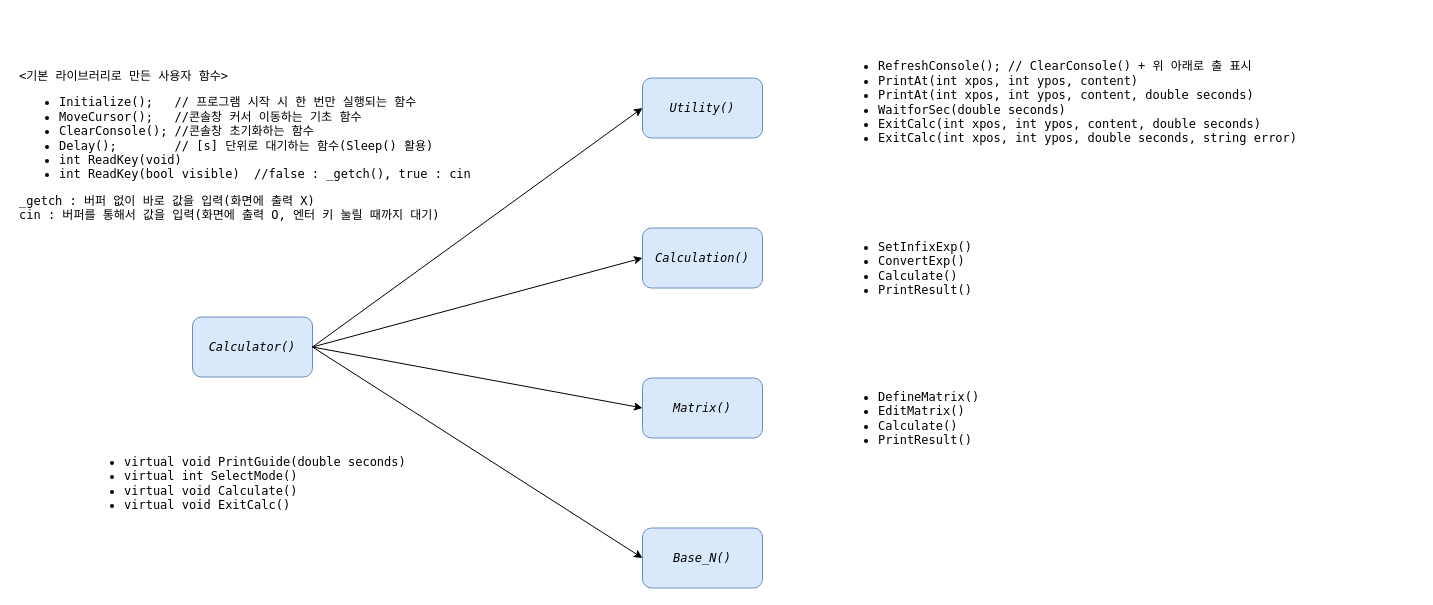
Before: Class hierarchy.drawio in vimpelican/project-introduction-to-programming-2, a draw.io diagram. Source tidied: cells renumbered, new cells numbered last; positions are measured from the earlier drawing's top-left corner, leaving out a move shared by most shapes. Both pictures are drawn from the tidied source at 100%, with x=0, y=0 at pixel (17, 47).
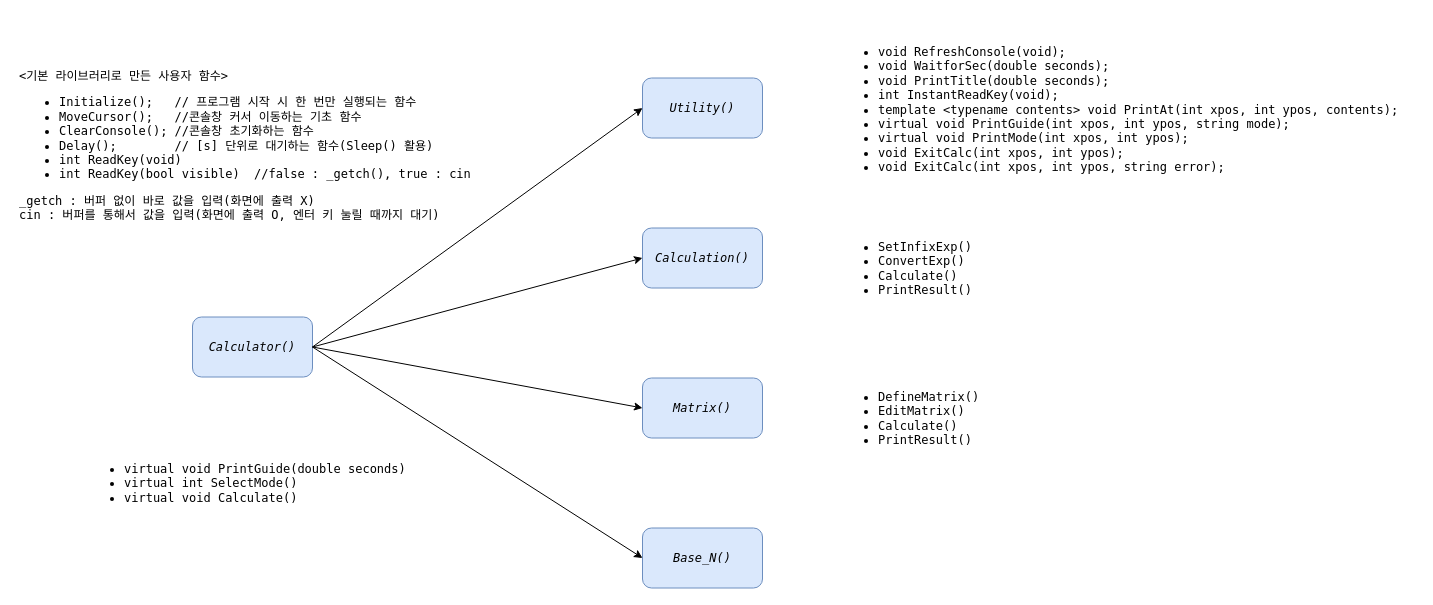
The same diagram, later.

Commit message (it also covers changes not shown here):
Refactoring class

The edit, as a diff of the source:
```diff
@@
 <mxGraphModel>
   <root>
     <mxCell id="0" />
     <mxCell id="1" parent="0" />
     <mxCell id="2" value="Calculator()" style="rounded=1;whiteSpace=wrap;html=1;fillColor=#dae8fc;strokeColor=#6c8ebf;fontFamily=Lucida Console;fontStyle=2;" parent="1" vertex="1">
       <mxGeometry x="175" y="269.5" width="120" height="60" as="geometry" />
     </mxCell>
     <mxCell id="3" value="Utility()" style="rounded=1;whiteSpace=wrap;html=1;fillColor=#dae8fc;strokeColor=#6c8ebf;fontFamily=Lucida Console;fontStyle=2;" parent="1" vertex="1">
       <mxGeometry x="625" y="30.5" width="120" height="60" as="geometry" />
     </mxCell>
     <mxCell id="4" value="Matrix()" style="rounded=1;whiteSpace=wrap;html=1;fillColor=#dae8fc;strokeColor=#6c8ebf;fontFamily=Lucida Console;fontStyle=2;" parent="1" vertex="1">
       <mxGeometry x="625" y="330.5" width="120" height="60" as="geometry" />
     </mxCell>
     <mxCell id="5" value="Calculation()" style="rounded=1;whiteSpace=wrap;html=1;fillColor=#dae8fc;strokeColor=#6c8ebf;fontFamily=Lucida Console;fontStyle=2;" parent="1" vertex="1">
       <mxGeometry x="625" y="180.5" width="120" height="60" as="geometry" />
     </mxCell>
     <mxCell id="6" value="Base_N()" style="rounded=1;whiteSpace=wrap;html=1;fillColor=#dae8fc;strokeColor=#6c8ebf;fontFamily=Lucida Console;fontStyle=2;" parent="1" vertex="1">
       <mxGeometry x="625" y="480.5" width="120" height="60" as="geometry" />
     </mxCell>
     <mxCell id="7" value="&lt;div&gt;&lt;/div&gt;&lt;div&gt;&lt;br&gt;&lt;/div&gt;&lt;span&gt;&amp;lt;기본 라이브러리로 만든 사용자 함수&amp;gt;&lt;/span&gt;&lt;br&gt;&lt;ul&gt;&lt;li&gt;&lt;span&gt;Initialize();&amp;nbsp; &amp;nbsp;// 프로그램 시작 시 한 번만 실행되는 함수&lt;/span&gt;&lt;/li&gt;&lt;li&gt;&lt;span&gt;MoveCursor();&amp;nbsp; &amp;nbsp;//콘솔창 커서 이동하는 기초 함수&lt;/span&gt;&lt;/li&gt;&lt;li&gt;&lt;span&gt;ClearConsole(); //콘솔창 초기화하는 함수&lt;/span&gt;&lt;/li&gt;&lt;li&gt;&lt;span&gt;Delay();&amp;nbsp; &amp;nbsp; &amp;nbsp; &amp;nbsp; // [s] 단위로 대기하는 함수(Sleep() 활용)&lt;/span&gt;&lt;/li&gt;&lt;li&gt;&lt;span&gt;int ReadKey(void)&lt;/span&gt;&lt;/li&gt;&lt;li&gt;int ReadKey(bool visible)&amp;nbsp; //false : _getch(), true : cin&lt;/li&gt;&lt;/ul&gt;_getch : 버퍼 없이 바로 값을 입력(화면에 출력 X)&lt;br&gt;cin : 버퍼를 통해서 값을 입력(화면에 출력 O, 엔터 키 눌릴 때까지 대기)" style="text;html=1;align=left;verticalAlign=middle;fontFamily=Lucida Console;fontStyle=0;" parent="1" vertex="1">
       <mxGeometry y="5.5" width="470" height="170" as="geometry" />
     </mxCell>
-    <mxCell id="8" value="&lt;ul&gt;&lt;li&gt;RefreshConsole(); // ClearConsole() + 위 아래로 출 표시&lt;/li&gt;&lt;li&gt;PrintAt(int xpos, int ypos, content)&lt;/li&gt;&lt;li&gt;PrintAt(int xpos, int ypos, content, double seconds)&lt;/li&gt;&lt;li&gt;WaitforSec(double seconds)&lt;/li&gt;&lt;li&gt;ExitCalc(int xpos, int ypos, content, double seconds)&lt;/li&gt;&lt;li&gt;ExitCalc(int xpos, int ypos, double seconds, string error)&lt;/li&gt;&lt;/ul&gt;" style="text;html=1;align=left;verticalAlign=middle;fontFamily=Lucida Console;" parent="1" vertex="1">
-      <mxGeometry x="819" width="470" height="110" as="geometry" />
+    <mxCell id="8" value="&lt;div&gt;&lt;br&gt;&lt;/div&gt;&lt;ul&gt;&lt;li&gt;void RefreshConsole(void);&lt;/li&gt;&lt;li&gt;void WaitforSec(double seconds);&lt;/li&gt;&lt;li&gt;void PrintTitle(double seconds);&lt;/li&gt;&lt;li&gt;int InstantReadKey(void);&lt;/li&gt;&lt;li&gt;template &amp;lt;typename contents&amp;gt; void PrintAt(int xpos, int ypos, contents);&lt;/li&gt;&lt;li&gt;virtual void PrintGuide(int xpos, int ypos, string mode);&lt;/li&gt;&lt;li&gt;virtual void PrintMode(int xpos, int ypos);&lt;/li&gt;&lt;li&gt;void ExitCalc(int xpos, int ypos);&lt;/li&gt;&lt;li&gt;void ExitCalc(int xpos, int ypos, string error);&lt;span style=&quot;white-space: pre&quot;&gt;&#9;&lt;/span&gt;&lt;/li&gt;&lt;/ul&gt;" style="text;html=1;align=left;verticalAlign=middle;fontFamily=Lucida Console;" parent="1" vertex="1">
+      <mxGeometry x="819" y="-30" width="580" height="170" as="geometry" />
     </mxCell>
     <mxCell id="9" value="&lt;ul&gt;&lt;li&gt;SetInfixExp()&lt;br&gt;&lt;/li&gt;&lt;li&gt;ConvertExp()&lt;/li&gt;&lt;li&gt;Calculate()&lt;/li&gt;&lt;li&gt;PrintResult()&lt;/li&gt;&lt;/ul&gt;" style="text;html=1;align=left;verticalAlign=middle;fontFamily=Lucida Console;" parent="1" vertex="1">
       <mxGeometry x="819" y="175.5" width="150" height="90" as="geometry" />
     </mxCell>
     <mxCell id="10" value="&lt;ul&gt;&lt;li&gt;DefineMatrix()&lt;/li&gt;&lt;li&gt;EditMatrix()&lt;/li&gt;&lt;li&gt;Calculate()&lt;/li&gt;&lt;li&gt;PrintResult()&lt;/li&gt;&lt;/ul&gt;" style="text;html=1;align=left;verticalAlign=middle;fontFamily=Lucida Console;" parent="1" vertex="1">
       <mxGeometry x="819" y="325.5" width="160" height="90" as="geometry" />
     </mxCell>
-    <mxCell id="11" value="&lt;ul&gt;&lt;li&gt;virtual void PrintGuide(double seconds)&lt;/li&gt;&lt;li&gt;virtual int SelectMode()&lt;/li&gt;&lt;li&gt;virtual void Calculate()&lt;/li&gt;&lt;li&gt;virtual void ExitCalc()&lt;/li&gt;&lt;/ul&gt;" style="text;html=1;align=left;verticalAlign=middle;fontFamily=Lucida Console;" parent="1" vertex="1">
-      <mxGeometry x="65" y="390.5" width="340" height="90" as="geometry" />
+    <mxCell id="11" value="&lt;ul&gt;&lt;li&gt;virtual void PrintGuide(double seconds)&lt;/li&gt;&lt;li&gt;virtual int SelectMode()&lt;/li&gt;&lt;li&gt;virtual void Calculate()&lt;/li&gt;&lt;/ul&gt;" style="text;html=1;align=left;verticalAlign=middle;fontFamily=Lucida Console;" parent="1" vertex="1">
+      <mxGeometry x="65" y="400.5" width="340" height="70" as="geometry" />
     </mxCell>
     <mxCell id="12" style="endArrow=classic;html=1;fontFamily=Lucida Console;entryX=0;entryY=0.5;entryDx=0;entryDy=0;exitX=1;exitY=0.5;exitDx=0;exitDy=0;" parent="1" edge="1" source="2" target="3">
       <mxGeometry relative="1" as="geometry" />
     </mxCell>
     <mxCell id="13" style="endArrow=classic;html=1;fontFamily=Lucida Console;entryX=0;entryY=0.5;entryDx=0;entryDy=0;exitX=1;exitY=0.5;exitDx=0;exitDy=0;" parent="1" edge="1" source="2" target="5">
       <mxGeometry relative="1" as="geometry" />
     </mxCell>
     <mxCell id="14" style="endArrow=classic;html=1;fontFamily=Lucida Console;entryX=0;entryY=0.5;entryDx=0;entryDy=0;exitX=1;exitY=0.5;exitDx=0;exitDy=0;" parent="1" edge="1" source="2" target="4">
       <mxGeometry relative="1" as="geometry" />
     </mxCell>
     <mxCell id="15" style="endArrow=classic;html=1;fontFamily=Lucida Console;entryX=0;entryY=0.5;entryDx=0;entryDy=0;exitX=1;exitY=0.5;exitDx=0;exitDy=0;" parent="1" edge="1" source="2" target="6">
       <mxGeometry relative="1" as="geometry" />
     </mxCell>
   </root>
 </mxGraphModel>
```
